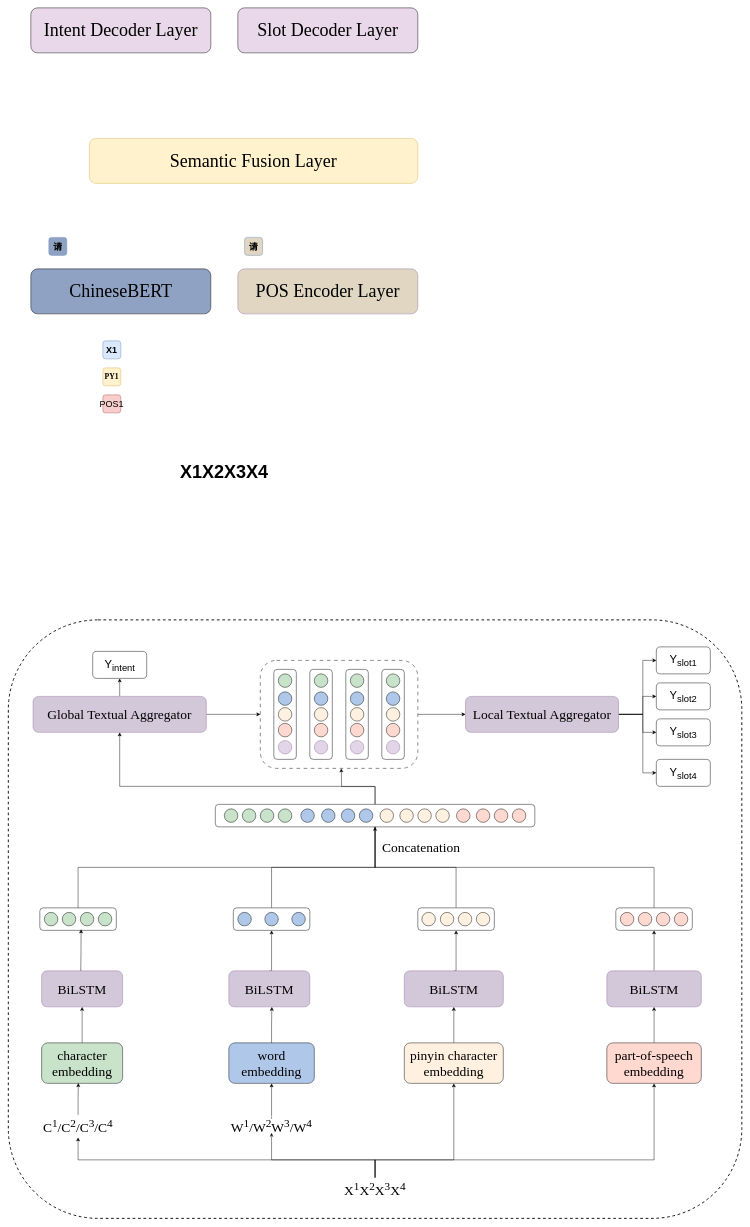
The draw.io diagram propmt_chineseNLU/framework.drawio in lengyueit/paper_pic, before the edit. Source tidied: cells renumbered, new cells numbered last; positions are measured from the earlier drawing's top-left corner, leaving out a move shared by most shapes. Both pictures are drawn from the tidied source at 45%, with x=0, y=0 at pixel (8, 8).
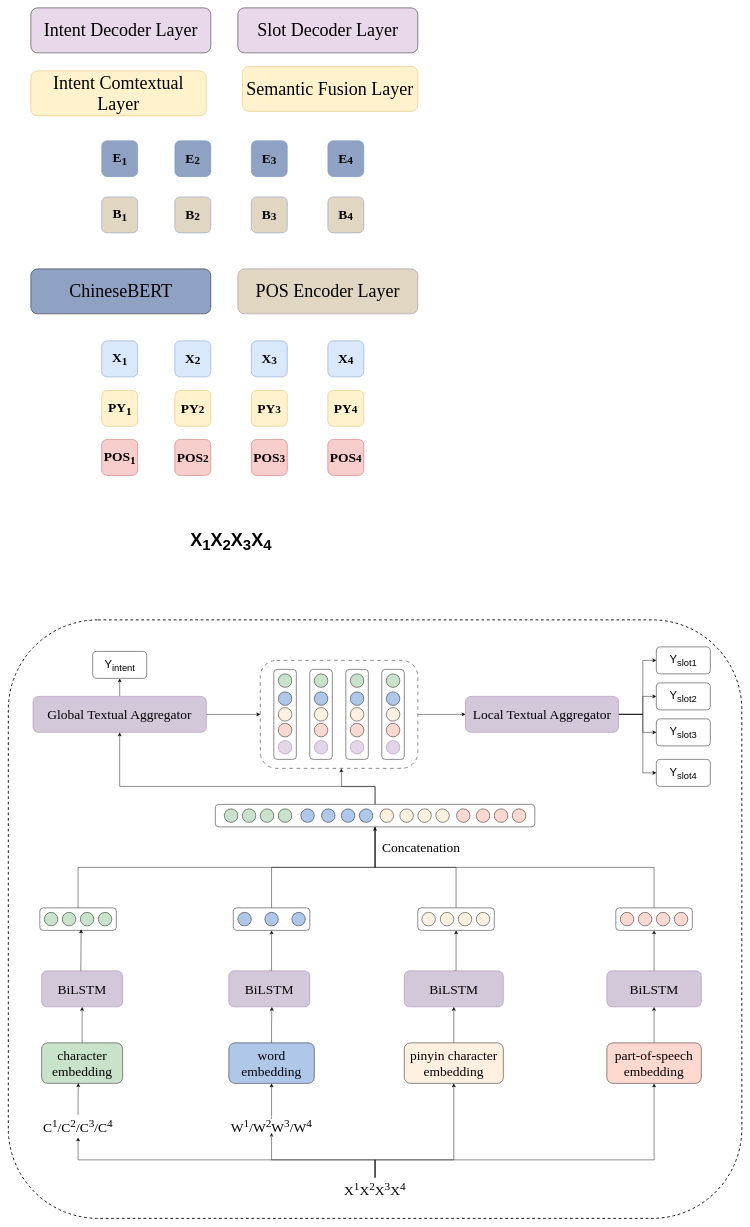
Above is the later version.

Diff of the diagram source:
```diff
@@
-    <mxCell id="3" value="X1X2X3X4" style="text;whiteSpace=wrap;fontFamily=等线;fontSize=40;fontStyle=1;" parent="1" vertex="1">
-      <mxGeometry x="380" y="1000" width="200" height="40" as="geometry" />
-    </mxCell>
@@
     <mxCell id="5" value="&lt;font style=&quot;font-size: 40px;&quot; face=&quot;Times New Roman&quot;&gt;Semantic Fusion Layer&lt;/font&gt;" style="rounded=1;whiteSpace=wrap;html=1;fillColor=#fff2cc;strokeColor=#d6b656;" parent="1" vertex="1">
-      <mxGeometry x="180" y="290" width="730" height="100" as="geometry" />
+      <mxGeometry x="520" y="130" width="390" height="100" as="geometry" />
     </mxCell>
-    <mxCell id="6" style="group;" parent="1" vertex="1">
-      <mxGeometry x="210" y="740" width="40" height="160" as="geometry" />
-    </mxCell>
-    <mxCell id="7" value="&lt;span style=&quot;font-family: 等线; text-align: left;&quot;&gt;&lt;font style=&quot;font-size: 20px;&quot;&gt;X1&lt;/font&gt;&lt;/span&gt;" style="rounded=1;whiteSpace=wrap;html=1;fillColor=#dae8fc;strokeColor=#6c8ebf;fontStyle=1;" parent="6" vertex="1">
-      <mxGeometry width="40" height="40" as="geometry" />
-    </mxCell>
-    <mxCell id="8" value="&lt;span style=&quot;font-size: 17px; text-align: left;&quot;&gt;&lt;font face=&quot;Times New Roman&quot;&gt;PY1&lt;/font&gt;&lt;/span&gt;" style="rounded=1;whiteSpace=wrap;html=1;fillColor=#fff2cc;strokeColor=#d6b656;fontStyle=1;" parent="6" vertex="1">
-      <mxGeometry y="60" width="40" height="40" as="geometry" />
-    </mxCell>
-    <mxCell id="9" value="&lt;span style=&quot;font-weight: 400; text-align: left;&quot;&gt;&lt;font style=&quot;font-size: 20px;&quot;&gt;POS1&lt;/font&gt;&lt;/span&gt;" style="rounded=1;whiteSpace=wrap;html=1;fillColor=#f8cecc;strokeColor=#b85450;fontStyle=1;" parent="6" vertex="1">
-      <mxGeometry y="120" width="40" height="40" as="geometry" />
-    </mxCell>
@@
-    <mxCell id="12" value="&lt;span style=&quot;font-family: 等线; text-align: left;&quot;&gt;&lt;font style=&quot;font-size: 20px;&quot;&gt;请&lt;/font&gt;&lt;/span&gt;" style="rounded=1;whiteSpace=wrap;html=1;fillColor=#8FA2C3;strokeColor=#6c8ebf;fontStyle=1;" parent="1" vertex="1">
-      <mxGeometry x="90" y="510" width="40" height="40" as="geometry" />
+    <mxCell id="12" value="&lt;div style=&quot;text-align: left;&quot;&gt;&lt;font style=&quot;font-size: 30px;&quot; face=&quot;Times New Roman&quot;&gt;E&lt;sub&gt;1&lt;/sub&gt;&lt;/font&gt;&lt;/div&gt;" style="rounded=1;whiteSpace=wrap;html=1;fillColor=#8FA2C3;strokeColor=#6c8ebf;fontStyle=1;" parent="1" vertex="1">
+      <mxGeometry x="207.5" y="295" width="80" height="80" as="geometry" />
     </mxCell>
-    <mxCell id="13" value="&lt;span style=&quot;font-family: 等线; text-align: left;&quot;&gt;&lt;font style=&quot;font-size: 20px;&quot;&gt;请&lt;/font&gt;&lt;/span&gt;" style="rounded=1;whiteSpace=wrap;html=1;fillColor=#E0D6C2;strokeColor=#6c8ebf;fontStyle=1;" parent="1" vertex="1">
-      <mxGeometry x="525" y="510" width="40" height="40" as="geometry" />
+    <mxCell id="13" value="&lt;span style=&quot;text-align: left;&quot;&gt;&lt;font face=&quot;Times New Roman&quot; style=&quot;font-size: 30px;&quot;&gt;B&lt;sub&gt;1&lt;/sub&gt;&lt;/font&gt;&lt;/span&gt;" style="rounded=1;whiteSpace=wrap;html=1;fillColor=#E0D6C2;strokeColor=#6c8ebf;fontStyle=1;" parent="1" vertex="1">
+      <mxGeometry x="207.5" y="420" width="80" height="80" as="geometry" />
     </mxCell>
@@
+    <mxCell id="129" value="&lt;font style=&quot;font-size: 40px;&quot; face=&quot;Times New Roman&quot;&gt;Intent Comtextual Layer&lt;/font&gt;" style="rounded=1;whiteSpace=wrap;html=1;fillColor=#fff2cc;strokeColor=#d6b656;" parent="1" vertex="1">
+      <mxGeometry x="50" y="140" width="390" height="100" as="geometry" />
+    </mxCell>
+    <mxCell id="130" style="group;" parent="1" vertex="1">
+      <mxGeometry x="207.5" y="740" width="80" height="299" as="geometry" />
+    </mxCell>
+    <mxCell id="7" value="&lt;span style=&quot;text-align: left;&quot;&gt;&lt;font face=&quot;Times New Roman&quot; style=&quot;font-size: 30px;&quot;&gt;X&lt;sub&gt;1&lt;/sub&gt;&lt;/font&gt;&lt;/span&gt;" style="rounded=1;whiteSpace=wrap;html=1;fillColor=#dae8fc;strokeColor=#6c8ebf;fontStyle=1;" parent="130" vertex="1">
+      <mxGeometry width="80" height="80" as="geometry" />
+    </mxCell>
+    <mxCell id="8" value="&lt;span style=&quot;text-align: left;&quot;&gt;&lt;font style=&quot;font-size: 30px;&quot; face=&quot;Times New Roman&quot;&gt;PY&lt;sub&gt;1&lt;/sub&gt;&lt;/font&gt;&lt;/span&gt;" style="rounded=1;whiteSpace=wrap;html=1;fillColor=#fff2cc;strokeColor=#d6b656;fontStyle=1;" parent="130" vertex="1">
+      <mxGeometry y="110" width="80" height="80" as="geometry" />
+    </mxCell>
+    <mxCell id="9" value="&lt;span style=&quot;text-align: left;&quot;&gt;&lt;font face=&quot;Times New Roman&quot; style=&quot;font-size: 30px;&quot;&gt;POS&lt;sub&gt;1&lt;/sub&gt;&lt;/font&gt;&lt;/span&gt;" style="rounded=1;whiteSpace=wrap;html=1;fillColor=#f8cecc;strokeColor=#b85450;fontStyle=1;" parent="130" vertex="1">
+      <mxGeometry y="219" width="80" height="80" as="geometry" />
+    </mxCell>
+    <mxCell id="131" value="&lt;span style=&quot;font-family: 等线; font-size: 40px; font-weight: 700; text-align: left;&quot;&gt;X&lt;sub&gt;1&lt;/sub&gt;X&lt;sub&gt;2&lt;/sub&gt;X&lt;sub&gt;3&lt;/sub&gt;X&lt;sub&gt;4&lt;/sub&gt;&lt;/span&gt;" style="text;html=1;align=center;verticalAlign=middle;whiteSpace=wrap;rounded=0;" parent="1" vertex="1">
+      <mxGeometry x="340" y="1140" width="310" height="90" as="geometry" />
+    </mxCell>
+    <mxCell id="132" style="group;" parent="1" vertex="1">
+      <mxGeometry x="370" y="740" width="80" height="299" as="geometry" />
+    </mxCell>
+    <mxCell id="133" value="&lt;span style=&quot;text-align: left;&quot;&gt;&lt;font face=&quot;Times New Roman&quot; style=&quot;font-size: 30px;&quot;&gt;X&lt;/font&gt;&lt;font size=&quot;1&quot; face=&quot;Times New Roman&quot; style=&quot;&quot;&gt;&lt;sub style=&quot;font-size: 25px;&quot;&gt;2&lt;/sub&gt;&lt;/font&gt;&lt;/span&gt;" style="rounded=1;whiteSpace=wrap;html=1;fillColor=#dae8fc;strokeColor=#6c8ebf;fontStyle=1;" parent="132" vertex="1">
+      <mxGeometry width="80" height="80" as="geometry" />
+    </mxCell>
+    <mxCell id="134" value="&lt;span style=&quot;text-align: left;&quot;&gt;&lt;font style=&quot;font-size: 30px;&quot; face=&quot;Times New Roman&quot;&gt;PY&lt;/font&gt;&lt;font style=&quot;font-size: 25px;&quot; face=&quot;Times New Roman&quot;&gt;2&lt;/font&gt;&lt;/span&gt;" style="rounded=1;whiteSpace=wrap;html=1;fillColor=#fff2cc;strokeColor=#d6b656;fontStyle=1;" parent="132" vertex="1">
+      <mxGeometry y="110" width="80" height="80" as="geometry" />
+    </mxCell>
+    <mxCell id="135" value="&lt;span style=&quot;text-align: left;&quot;&gt;&lt;font face=&quot;Times New Roman&quot; style=&quot;font-size: 30px;&quot;&gt;POS&lt;/font&gt;&lt;font face=&quot;Times New Roman&quot; style=&quot;font-size: 25px;&quot;&gt;2&lt;/font&gt;&lt;/span&gt;" style="rounded=1;whiteSpace=wrap;html=1;fillColor=#f8cecc;strokeColor=#b85450;fontStyle=1;" parent="132" vertex="1">
+      <mxGeometry y="219" width="80" height="80" as="geometry" />
+    </mxCell>
+    <mxCell id="136" style="group;" parent="1" vertex="1">
+      <mxGeometry x="540" y="740.5" width="80" height="299" as="geometry" />
+    </mxCell>
+    <mxCell id="137" value="&lt;span style=&quot;text-align: left;&quot;&gt;&lt;font face=&quot;Times New Roman&quot; style=&quot;font-size: 30px;&quot;&gt;X&lt;/font&gt;&lt;font size=&quot;1&quot; face=&quot;Times New Roman&quot; style=&quot;&quot;&gt;&lt;sub style=&quot;font-size: 25px;&quot;&gt;3&lt;/sub&gt;&lt;/font&gt;&lt;/span&gt;" style="rounded=1;whiteSpace=wrap;html=1;fillColor=#dae8fc;strokeColor=#6c8ebf;fontStyle=1;" parent="136" vertex="1">
+      <mxGeometry y="-0.5" width="80" height="80" as="geometry" />
+    </mxCell>
+    <mxCell id="138" value="&lt;span style=&quot;text-align: left;&quot;&gt;&lt;font style=&quot;font-size: 30px;&quot; face=&quot;Times New Roman&quot;&gt;PY&lt;/font&gt;&lt;font style=&quot;font-size: 25px;&quot; face=&quot;Times New Roman&quot;&gt;3&lt;/font&gt;&lt;/span&gt;" style="rounded=1;whiteSpace=wrap;html=1;fillColor=#fff2cc;strokeColor=#d6b656;fontStyle=1;" parent="136" vertex="1">
+      <mxGeometry y="109.5" width="80" height="80" as="geometry" />
+    </mxCell>
+    <mxCell id="139" value="&lt;span style=&quot;text-align: left;&quot;&gt;&lt;font face=&quot;Times New Roman&quot; style=&quot;font-size: 30px;&quot;&gt;POS&lt;/font&gt;&lt;font face=&quot;Times New Roman&quot; style=&quot;font-size: 25px;&quot;&gt;3&lt;/font&gt;&lt;/span&gt;" style="rounded=1;whiteSpace=wrap;html=1;fillColor=#f8cecc;strokeColor=#b85450;fontStyle=1;" parent="136" vertex="1">
+      <mxGeometry y="218.5" width="80" height="80" as="geometry" />
+    </mxCell>
+    <mxCell id="140" style="group;" parent="1" vertex="1">
+      <mxGeometry x="710" y="740.5" width="80" height="299" as="geometry" />
+    </mxCell>
+    <mxCell id="141" value="&lt;span style=&quot;text-align: left;&quot;&gt;&lt;font face=&quot;Times New Roman&quot; style=&quot;font-size: 30px;&quot;&gt;X&lt;/font&gt;&lt;font size=&quot;1&quot; face=&quot;Times New Roman&quot; style=&quot;&quot;&gt;&lt;sub style=&quot;font-size: 25px;&quot;&gt;4&lt;/sub&gt;&lt;/font&gt;&lt;/span&gt;" style="rounded=1;whiteSpace=wrap;html=1;fillColor=#dae8fc;strokeColor=#6c8ebf;fontStyle=1;" parent="140" vertex="1">
+      <mxGeometry y="-0.5" width="80" height="80" as="geometry" />
+    </mxCell>
+    <mxCell id="142" value="&lt;span style=&quot;text-align: left;&quot;&gt;&lt;font style=&quot;font-size: 30px;&quot; face=&quot;Times New Roman&quot;&gt;PY&lt;/font&gt;&lt;font style=&quot;font-size: 25px;&quot; face=&quot;Times New Roman&quot;&gt;4&lt;/font&gt;&lt;/span&gt;" style="rounded=1;whiteSpace=wrap;html=1;fillColor=#fff2cc;strokeColor=#d6b656;fontStyle=1;" parent="140" vertex="1">
+      <mxGeometry y="109.5" width="80" height="80" as="geometry" />
+    </mxCell>
+    <mxCell id="143" value="&lt;span style=&quot;text-align: left;&quot;&gt;&lt;font face=&quot;Times New Roman&quot; style=&quot;font-size: 30px;&quot;&gt;POS&lt;/font&gt;&lt;font face=&quot;Times New Roman&quot; style=&quot;font-size: 25px;&quot;&gt;4&lt;/font&gt;&lt;/span&gt;" style="rounded=1;whiteSpace=wrap;html=1;fillColor=#f8cecc;strokeColor=#b85450;fontStyle=1;" parent="140" vertex="1">
+      <mxGeometry y="218.5" width="80" height="80" as="geometry" />
+    </mxCell>
+    <mxCell id="144" value="&lt;div style=&quot;text-align: left;&quot;&gt;&lt;font style=&quot;font-size: 30px;&quot; face=&quot;Times New Roman&quot;&gt;E&lt;/font&gt;&lt;font size=&quot;1&quot; style=&quot;&quot; face=&quot;Times New Roman&quot;&gt;&lt;sub style=&quot;font-size: 25px;&quot;&gt;2&lt;/sub&gt;&lt;/font&gt;&lt;/div&gt;" style="rounded=1;whiteSpace=wrap;html=1;fillColor=#8FA2C3;strokeColor=#6c8ebf;fontStyle=1;" parent="1" vertex="1">
+      <mxGeometry x="370" y="295" width="80" height="80" as="geometry" />
+    </mxCell>
+    <mxCell id="145" value="&lt;div style=&quot;text-align: left;&quot;&gt;&lt;font style=&quot;font-size: 30px;&quot; face=&quot;Times New Roman&quot;&gt;E&lt;/font&gt;&lt;font size=&quot;1&quot; style=&quot;&quot; face=&quot;Times New Roman&quot;&gt;&lt;sub style=&quot;font-size: 25px;&quot;&gt;3&lt;/sub&gt;&lt;/font&gt;&lt;/div&gt;" style="rounded=1;whiteSpace=wrap;html=1;fillColor=#8FA2C3;strokeColor=#6c8ebf;fontStyle=1;" parent="1" vertex="1">
+      <mxGeometry x="540" y="295" width="80" height="80" as="geometry" />
+    </mxCell>
+    <mxCell id="146" value="&lt;div style=&quot;text-align: left;&quot;&gt;&lt;font style=&quot;font-size: 30px;&quot; face=&quot;Times New Roman&quot;&gt;E&lt;/font&gt;&lt;font size=&quot;1&quot; style=&quot;&quot; face=&quot;Times New Roman&quot;&gt;&lt;sub style=&quot;font-size: 25px;&quot;&gt;4&lt;/sub&gt;&lt;/font&gt;&lt;/div&gt;" style="rounded=1;whiteSpace=wrap;html=1;fillColor=#8FA2C3;strokeColor=#6c8ebf;fontStyle=1;" parent="1" vertex="1">
+      <mxGeometry x="710" y="295" width="80" height="80" as="geometry" />
+    </mxCell>
+    <mxCell id="147" value="&lt;span style=&quot;text-align: left;&quot;&gt;&lt;font face=&quot;Times New Roman&quot; style=&quot;font-size: 30px;&quot;&gt;B&lt;/font&gt;&lt;font size=&quot;1&quot; face=&quot;Times New Roman&quot; style=&quot;&quot;&gt;&lt;sub style=&quot;font-size: 25px;&quot;&gt;2&lt;/sub&gt;&lt;/font&gt;&lt;/span&gt;" style="rounded=1;whiteSpace=wrap;html=1;fillColor=#E0D6C2;strokeColor=#6c8ebf;fontStyle=1;" parent="1" vertex="1">
+      <mxGeometry x="370" y="420" width="80" height="80" as="geometry" />
+    </mxCell>
+    <mxCell id="148" value="&lt;span style=&quot;text-align: left;&quot;&gt;&lt;font face=&quot;Times New Roman&quot; style=&quot;font-size: 30px;&quot;&gt;B&lt;/font&gt;&lt;font size=&quot;1&quot; face=&quot;Times New Roman&quot; style=&quot;&quot;&gt;&lt;sub style=&quot;font-size: 25px;&quot;&gt;3&lt;/sub&gt;&lt;/font&gt;&lt;/span&gt;" style="rounded=1;whiteSpace=wrap;html=1;fillColor=#E0D6C2;strokeColor=#6c8ebf;fontStyle=1;" parent="1" vertex="1">
+      <mxGeometry x="540" y="420" width="80" height="80" as="geometry" />
+    </mxCell>
+    <mxCell id="149" value="&lt;span style=&quot;text-align: left;&quot;&gt;&lt;font face=&quot;Times New Roman&quot; style=&quot;font-size: 30px;&quot;&gt;B&lt;/font&gt;&lt;font size=&quot;1&quot; face=&quot;Times New Roman&quot; style=&quot;&quot;&gt;&lt;sub style=&quot;font-size: 25px;&quot;&gt;4&lt;/sub&gt;&lt;/font&gt;&lt;/span&gt;" style="rounded=1;whiteSpace=wrap;html=1;fillColor=#E0D6C2;strokeColor=#6c8ebf;fontStyle=1;" parent="1" vertex="1">
+      <mxGeometry x="710" y="420" width="80" height="80" as="geometry" />
+    </mxCell>
```
